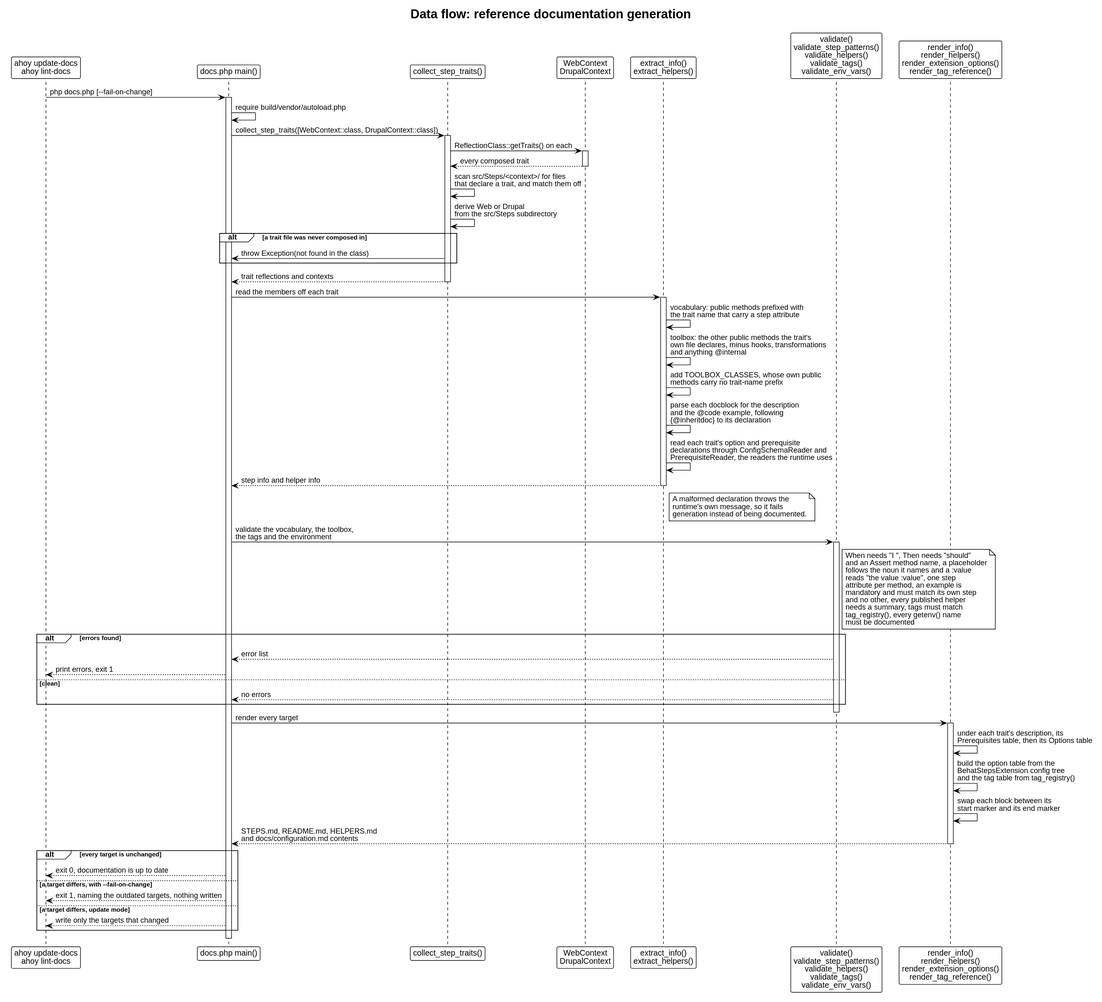
drevops/behat-steps keeps this PlantUML diagram as docs/architecture/dataflow-docs.svg. Above is the earlier version.
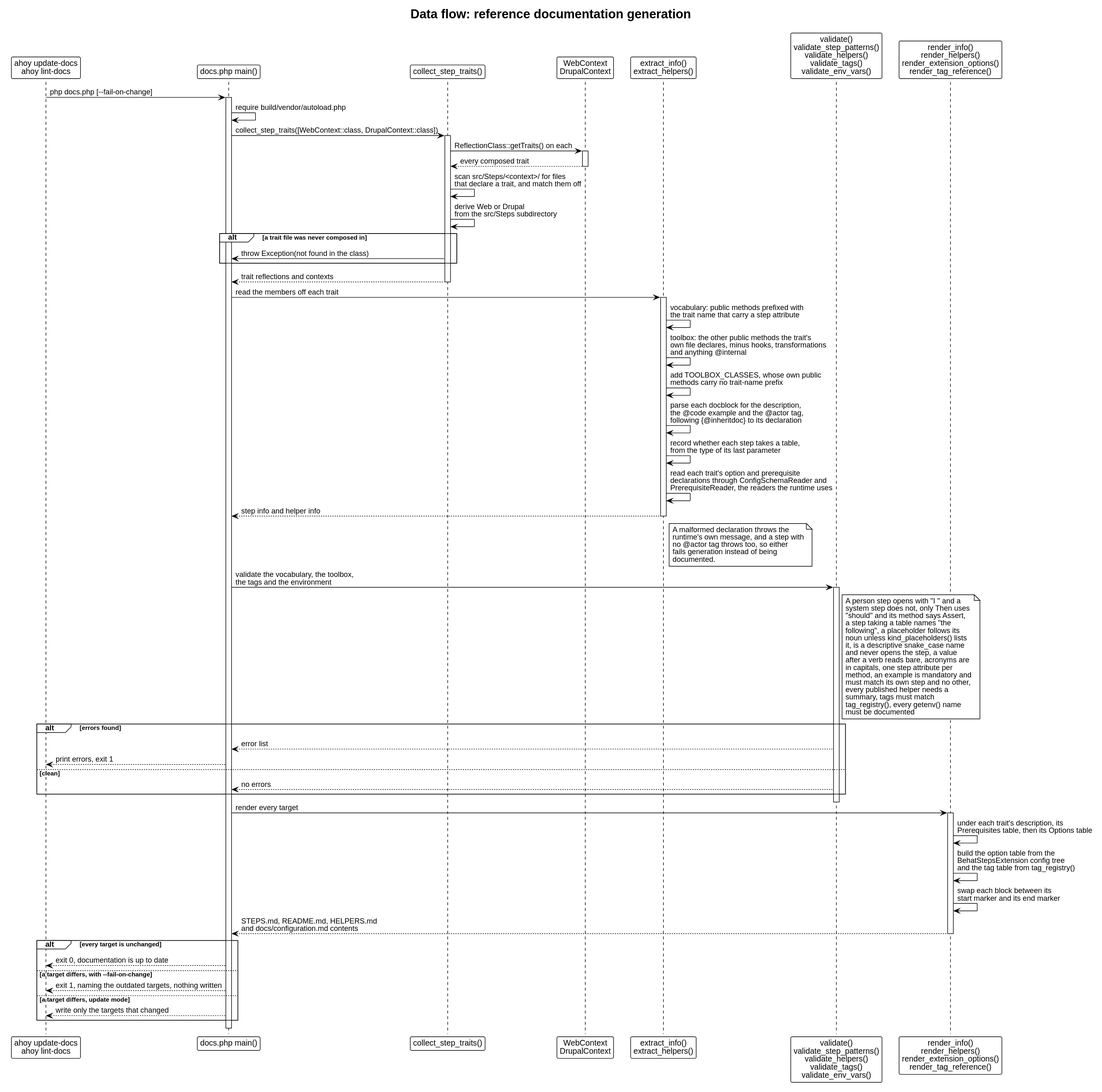
After the commit.

Diff of the diagram source:
```diff
@@ -37,27 +37,36 @@
 Extract -> Extract: vocabulary: public methods prefixed with\nthe trait name that carry a step attribute
 Extract -> Extract: toolbox: the other public methods the trait's\nown file declares, minus hooks, transformations\nand anything @internal
 Extract -> Extract: add TOOLBOX_CLASSES, whose own public\nmethods carry no trait-name prefix
-Extract -> Extract: parse each docblock for the description\nand the @code example, following\n{@inheritdoc} to its declaration
+Extract -> Extract: parse each docblock for the description,\nthe @code example and the @actor tag,\nfollowing {@inheritdoc} to its declaration
+Extract -> Extract: record whether each step takes a table,\nfrom the type of its last parameter
 Extract -> Extract: read each trait's option and prerequisite\ndeclarations through ConfigSchemaReader and\nPrerequisiteReader, the readers the runtime uses
 Extract --> Main: step info and helper info
 note right of Extract
   A malformed declaration throws the
-  runtime's own message, so it fails
-  generation instead of being documented.
+  runtime's own message, and a step with
+  no @actor tag throws too, so either
+  fails generation instead of being
+  documented.
 end note
 deactivate Extract
 
 Main -> Validate: validate the vocabulary, the toolbox,\nthe tags and the environment
 activate Validate
 note right of Validate
-  When needs "I ", Then needs "should"
-  and an Assert method name, a placeholder
-  follows the noun it names and a :value
-  reads "the value :value", one step
-  attribute per method, an example is
-  mandatory and must match its own step
-  and no other, every published helper
-  needs a summary, tags must match
+  A person step opens with "I " and a
+  system step does not, only Then uses
+  "should" and its method says Assert,
+  a step taking a table names "the
+  following", a placeholder follows its
+  noun unless kind_placeholders() lists
+  it, is a descriptive snake_case name
+  and never opens the step, a value
+  after a verb reads bare, acronyms are
+  in capitals, one step attribute per
+  method, an example is mandatory and
+  must match its own step and no other,
+  every published helper needs a
+  summary, tags must match
   tag_registry(), every getenv() name
   must be documented
 end note
```
